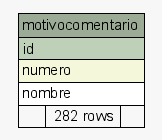
Above: postgresql/schemaSpy/salida/diagrams/summary/motivocomentario.1degree.png in diegopablomansilla/massoftware_front (Graphviz), before the change. Its source is kept beside it as postgresql/schemaSpy/salida/diagrams/summary/motivocomentario.1degree.dot.
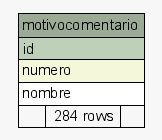
The same file after the commit.

Change to the diagram source:
```diff
@@ -22,7 +22,7 @@
       <TR><TD PORT="id" COLSPAN="3" BGCOLOR="#bed1b8" ALIGN="LEFT">id</TD></TR>
       <TR><TD PORT="numero" COLSPAN="3" BGCOLOR="#f4f7da" ALIGN="LEFT">numero</TD></TR>
       <TR><TD PORT="nombre" COLSPAN="3" ALIGN="LEFT">nombre</TD></TR>
-      <TR><TD ALIGN="LEFT" BGCOLOR="#f7f7f7">  </TD><TD ALIGN="RIGHT" BGCOLOR="#f7f7f7">282 rows</TD><TD ALIGN="RIGHT" BGCOLOR="#f7f7f7">  </TD></TR>
+      <TR><TD ALIGN="LEFT" BGCOLOR="#f7f7f7">  </TD><TD ALIGN="RIGHT" BGCOLOR="#f7f7f7">284 rows</TD><TD ALIGN="RIGHT" BGCOLOR="#f7f7f7">  </TD></TR>
     </TABLE>>
     URL="tables/motivocomentario.html"
     tooltip="motivocomentario"
```
